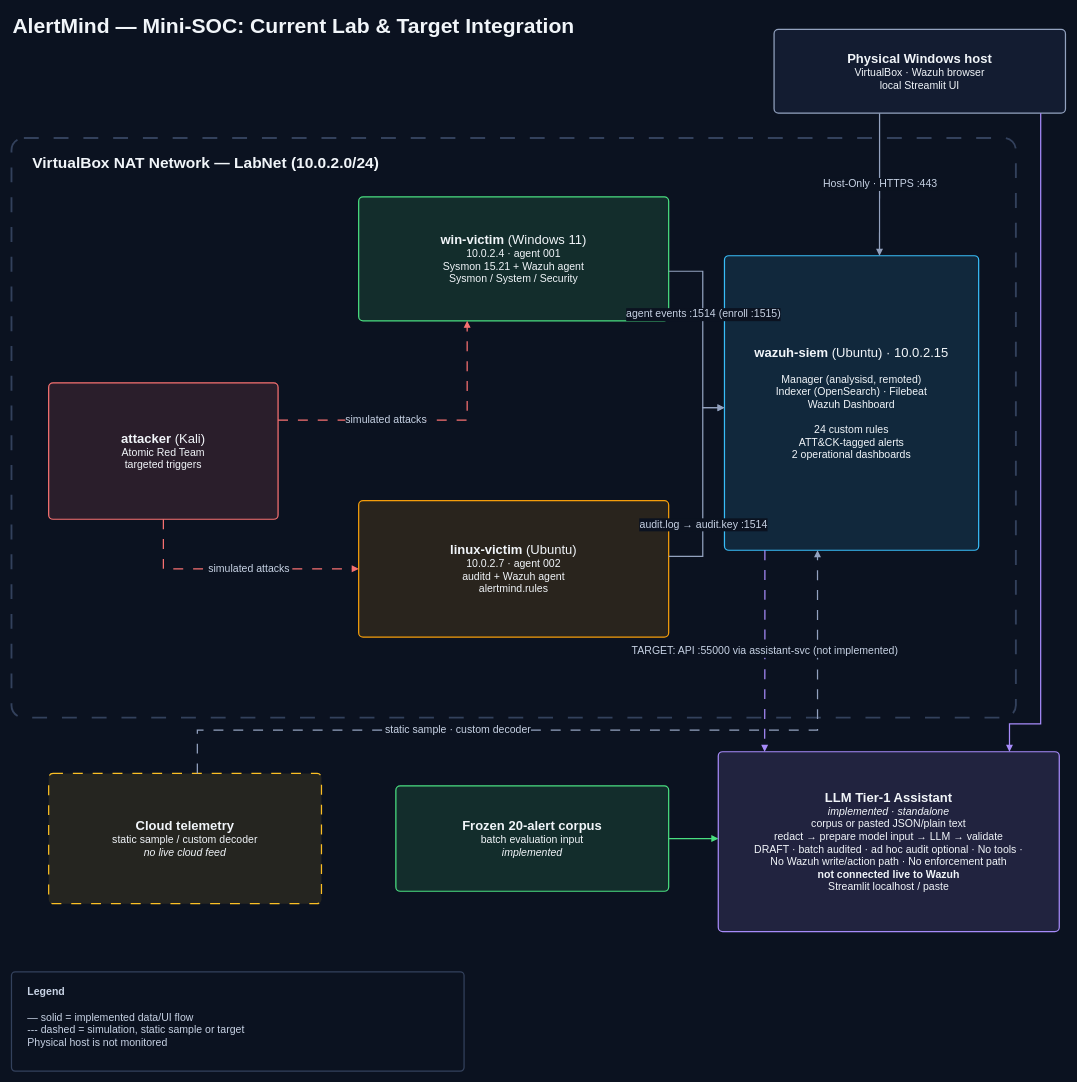
Earlier version of the draw.io diagram architecture/diagram.drawio (opandey1/alertmind). Source tidied: cells renumbered, new cells numbered last; positions are measured from the earlier drawing's top-left corner, leaving out a move shared by most shapes. Both pictures are drawn from the tidied source at 62%, with x=0, y=0 at pixel (11, 11).
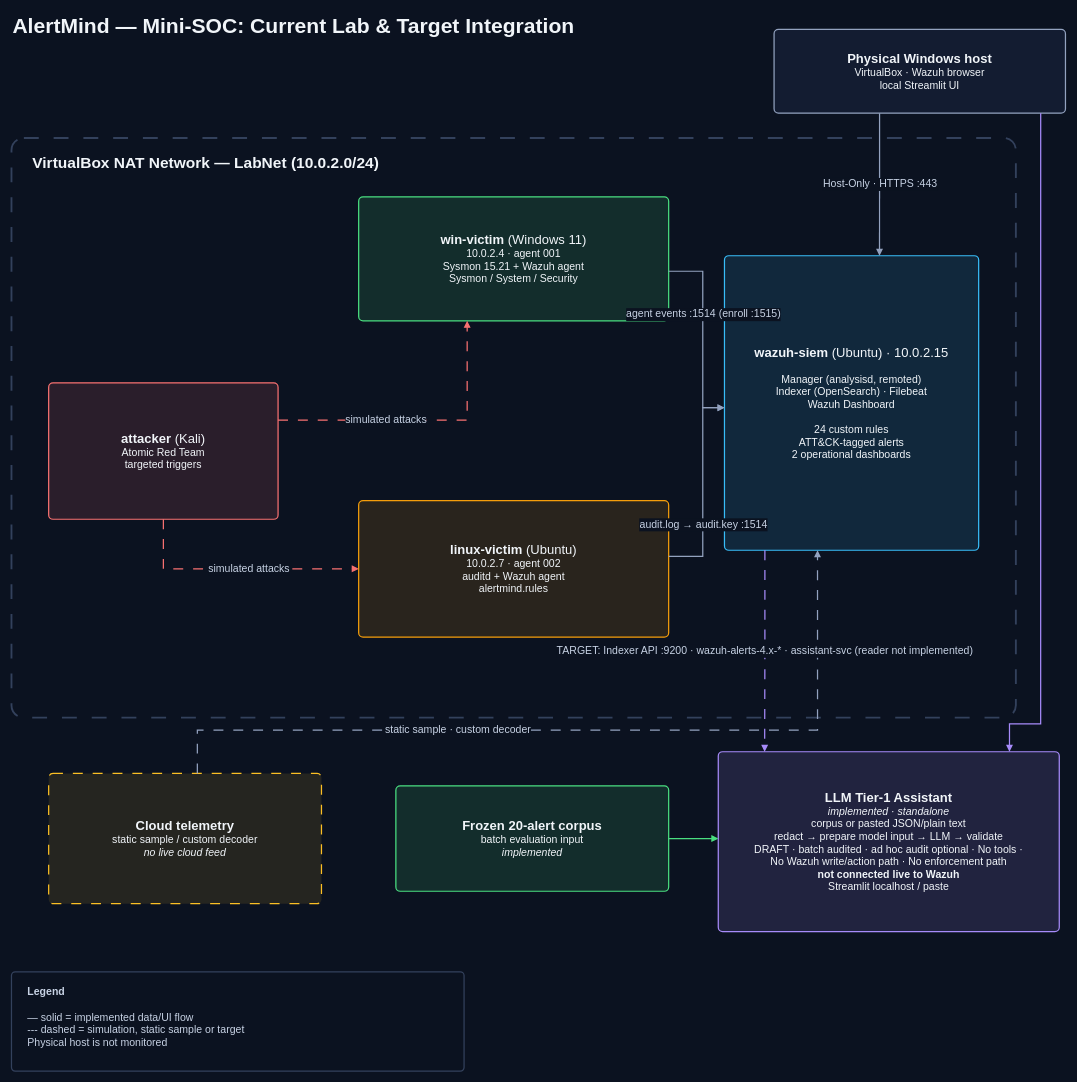
After the change.

Commit message (it also covers changes not shown here):
docs(architecture): correct planned ingestion path to Indexer :9200

The change refers to these unchanged cells:
```xml
<mxCell id="27" style="edgeStyle=orthogonalEdgeStyle;rounded=0;html=1;jettySize=auto;strokeWidth=2;endArrow=block;endFill=1;strokeColor=#a78bfa;dashed=1;dashPattern=8 8;exitX=0.159;exitY=1;exitDx=0;exitDy=0;entryX=0.136;entryY=0;entryDx=0;entryDy=0;" parent="1" edge="1" source="8" target="11">
  <mxGeometry relative="1" as="geometry" />
</mxCell>
```

The edit, as a diff of the source:
```diff
@@
-    <mxCell id="28" value="TARGET: API :55000 via assistant-svc (not implemented)" style="edgeLabel;html=1;align=center;verticalAlign=middle;labelBackgroundColor=#0b1220;fontColor=#c7d2e4;fontSize=17;" parent="27" vertex="1">
+    <mxCell id="28" value="TARGET: Indexer API :9200 · wazuh-alerts-4.x-* · assistant-svc (reader not implemented)" style="edgeLabel;html=1;align=center;verticalAlign=middle;labelBackgroundColor=#0b1220;fontColor=#c7d2e4;fontSize=17;" parent="27" vertex="1">
       <mxGeometry relative="1" as="geometry" />
     </mxCell>
```
